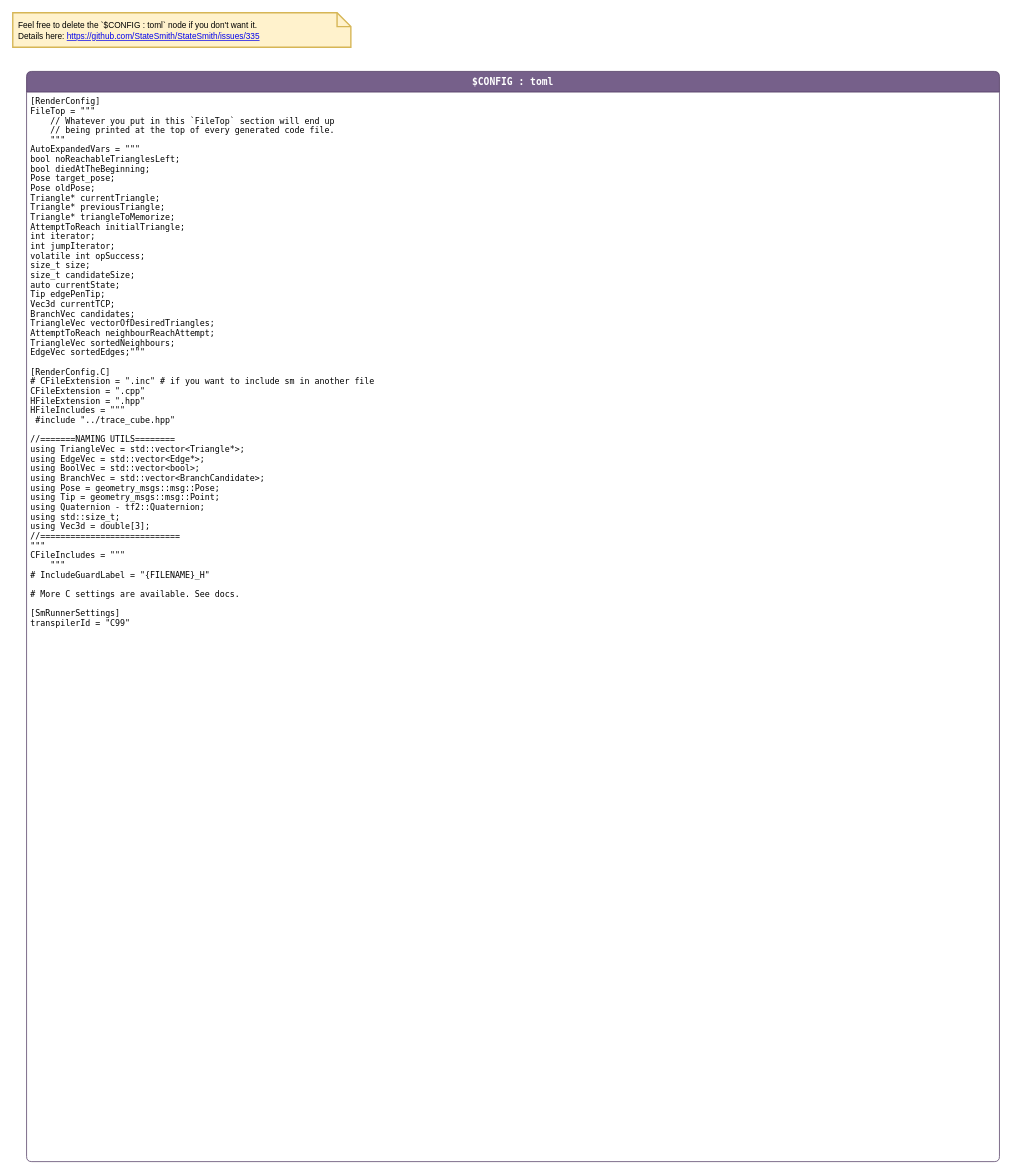
Earlier version of the draw.io diagram page "config" (2 of 3) of stateMachineIKU/tracingStateMachine.drawio (shauryachanana/ur5e_surface_path). Source tidied: cells renumbered, new cells numbered last; positions are measured from the earlier drawing's top-left corner, leaving out a move shared by most shapes. Both pictures are drawn from the tidied source at 69%, with x=0, y=0 at pixel (12, 12).
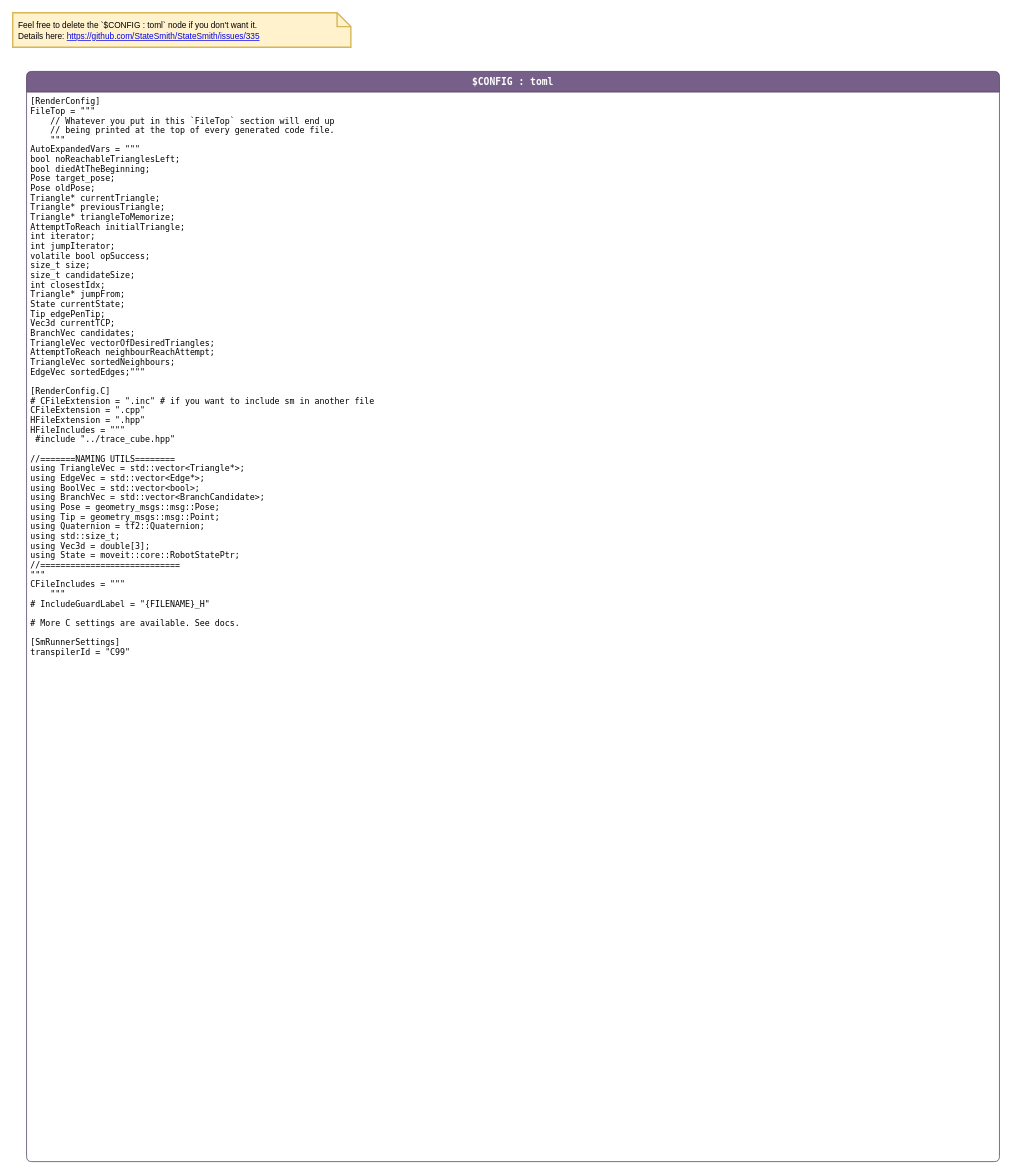
The same page after the edit.

What changed in the source:
```diff
@@
 <mxGraphModel>
   <root>
     <mxCell id="0" />
     <mxCell id="1" parent="0" />
     <mxCell id="2" value="$CONFIG : toml" style="shape=swimlane;align=center;verticalAlign=top;fontFamily=Lucida Console;startSize=30;fontSize=14;fontStyle=1;swimlaneFillColor=default;rounded=1;arcSize=15;absoluteArcSize=1;fillColor=#76608a;strokeColor=#432D57;fontColor=#ffffff;" parent="1" vertex="1">
       <mxGeometry x="20" y="85" width="1410" height="1580" as="geometry" />
     </mxCell>
-    <mxCell id="3" value="[RenderConfig]&#10;FileTop = &quot;&quot;&quot;&#10;    // Whatever you put in this `FileTop` section will end up &#10;    // being printed at the top of every generated code file.&#10;    &quot;&quot;&quot;&#10;AutoExpandedVars = &quot;&quot;&quot;&#10;    bool noReachableTrianglesLeft;&#10;bool diedAtTheBeginning;&#10;    Pose target_pose; &#10;    Pose oldPose;&#10;    Triangle* currentTriangle;&#10;    Triangle* previousTriangle;&#10;Triangle* triangleToMemorize;&#10;    AttemptToReach initialTriangle;&#10;    int iterator;&#10;int jumpIterator;&#10;volatile int opSuccess;&#10;    size_t size;&#10;size_t candidateSize;&#10;auto currentState;&#10;    Tip edgePenTip;&#10;    Vec3d currentTCP; &#10;    BranchVec candidates;&#10;    TriangleVec vectorOfDesiredTriangles; &#10;AttemptToReach neighbourReachAttempt;&#10;TriangleVec sortedNeighbours;&#10;EdgeVec sortedEdges;&quot;&quot;&quot;&#10;&#10;[RenderConfig.C]&#10;# CFileExtension = &quot;.inc&quot; # if you want to include sm in another file&#10;CFileExtension = &quot;.cpp&quot;&#10;HFileExtension = &quot;.hpp&quot;&#10;HFileIncludes = &quot;&quot;&quot;&#10; #include &quot;../trace_cube.hpp&quot;&#10;&#10;//=======NAMING UTILS========&#10;using TriangleVec = std::vector&lt;Triangle*&gt;;&#10;using EdgeVec = std::vector&lt;Edge*&gt;;&#10;using BoolVec = std::vector&lt;bool&gt;;&#10;using BranchVec = std::vector&lt;BranchCandidate&gt;;&#10;using Pose = geometry_msgs::msg::Pose;&#10;using Tip = geometry_msgs::msg::Point;&#10;using Quaternion - tf2::Quaternion;&#10;using std::size_t;&#10;using Vec3d = double[3];&#10;//============================&#10;&quot;&quot;&quot;&#10;CFileIncludes = &quot;&quot;&quot;&#10;    &quot;&quot;&quot;&#10;# IncludeGuardLabel = &quot;{FILENAME}_H&quot;&#10;&#10;# More C settings are available. See docs.&#10;&#10;[SmRunnerSettings]&#10;transpilerId = &quot;C99&quot;" style="fontFamily=Lucida Console;align=left;verticalAlign=top;fillColor=none;gradientColor=none;strokeColor=none;rounded=0;spacingLeft=4;" parent="2" vertex="1">
-      <mxGeometry y="30" width="350" height="800" as="geometry" />
+    <mxCell id="3" value="[RenderConfig]&#10;FileTop = &quot;&quot;&quot;&#10;    // Whatever you put in this `FileTop` section will end up &#10;    // being printed at the top of every generated code file.&#10;    &quot;&quot;&quot;&#10;AutoExpandedVars = &quot;&quot;&quot;&#10;    bool noReachableTrianglesLeft;&#10;bool diedAtTheBeginning;&#10;    Pose target_pose; &#10;    Pose oldPose;&#10;    Triangle* currentTriangle;&#10;    Triangle* previousTriangle;&#10;Triangle* triangleToMemorize;&#10;    AttemptToReach initialTriangle;&#10;    int iterator;&#10;int jumpIterator;&#10;volatile bool opSuccess;&#10;    size_t size;&#10;size_t candidateSize;&#10;int closestIdx; &#10;Triangle* jumpFrom;&#10;State currentState;&#10;    Tip edgePenTip;&#10;    Vec3d currentTCP; &#10;    BranchVec candidates;&#10;    TriangleVec vectorOfDesiredTriangles; &#10;AttemptToReach neighbourReachAttempt;&#10;TriangleVec sortedNeighbours;&#10;EdgeVec sortedEdges;&quot;&quot;&quot;&#10;&#10;[RenderConfig.C]&#10;# CFileExtension = &quot;.inc&quot; # if you want to include sm in another file&#10;CFileExtension = &quot;.cpp&quot;&#10;HFileExtension = &quot;.hpp&quot;&#10;HFileIncludes = &quot;&quot;&quot;&#10; #include &quot;../trace_cube.hpp&quot;&#10;&#10;//=======NAMING UTILS========&#10;using TriangleVec = std::vector&lt;Triangle*&gt;;&#10;using EdgeVec = std::vector&lt;Edge*&gt;;&#10;using BoolVec = std::vector&lt;bool&gt;;&#10;using BranchVec = std::vector&lt;BranchCandidate&gt;;&#10;using Pose = geometry_msgs::msg::Pose;&#10;using Tip = geometry_msgs::msg::Point;&#10;using Quaternion = tf2::Quaternion;&#10;using std::size_t;&#10;using Vec3d = double[3];&#10;using State = moveit::core::RobotStatePtr;&#10;//============================&#10;&quot;&quot;&quot;&#10;CFileIncludes = &quot;&quot;&quot;&#10;    &quot;&quot;&quot;&#10;# IncludeGuardLabel = &quot;{FILENAME}_H&quot;&#10;&#10;# More C settings are available. See docs.&#10;&#10;[SmRunnerSettings]&#10;transpilerId = &quot;C99&quot;" style="fontFamily=Lucida Console;align=left;verticalAlign=top;fillColor=none;gradientColor=none;strokeColor=none;rounded=0;spacingLeft=4;" parent="2" vertex="1">
+      <mxGeometry y="30" width="350" height="850" as="geometry" />
     </mxCell>
     <mxCell id="4" value="&lt;span style=&quot;color: rgb(0, 0, 0); font-size: 12px;&quot;&gt;Feel free to delete the `$CONFIG : toml` node if you don't want it.&lt;/span&gt;&lt;br style=&quot;color: rgb(0, 0, 0); font-size: 12px;&quot;&gt;&lt;span style=&quot;color: rgb(0, 0, 0); font-size: 12px;&quot;&gt;Details here:&amp;nbsp;&lt;/span&gt;&lt;a style=&quot;font-size: 12px;&quot; href=&quot;https://github.com/StateSmith/StateSmith/issues/335&quot;&gt;https://github.com/StateSmith/StateSmith/issues/335&lt;/a&gt;" style="shape=note;strokeWidth=2;fontSize=14;size=20;whiteSpace=wrap;html=1;fillColor=#fff2cc;strokeColor=#d6b656;fontColor=#2B2B00;align=left;spacingLeft=6;" parent="1" vertex="1">
       <mxGeometry width="490" height="50" as="geometry" />
     </mxCell>
   </root>
 </mxGraphModel>
```
